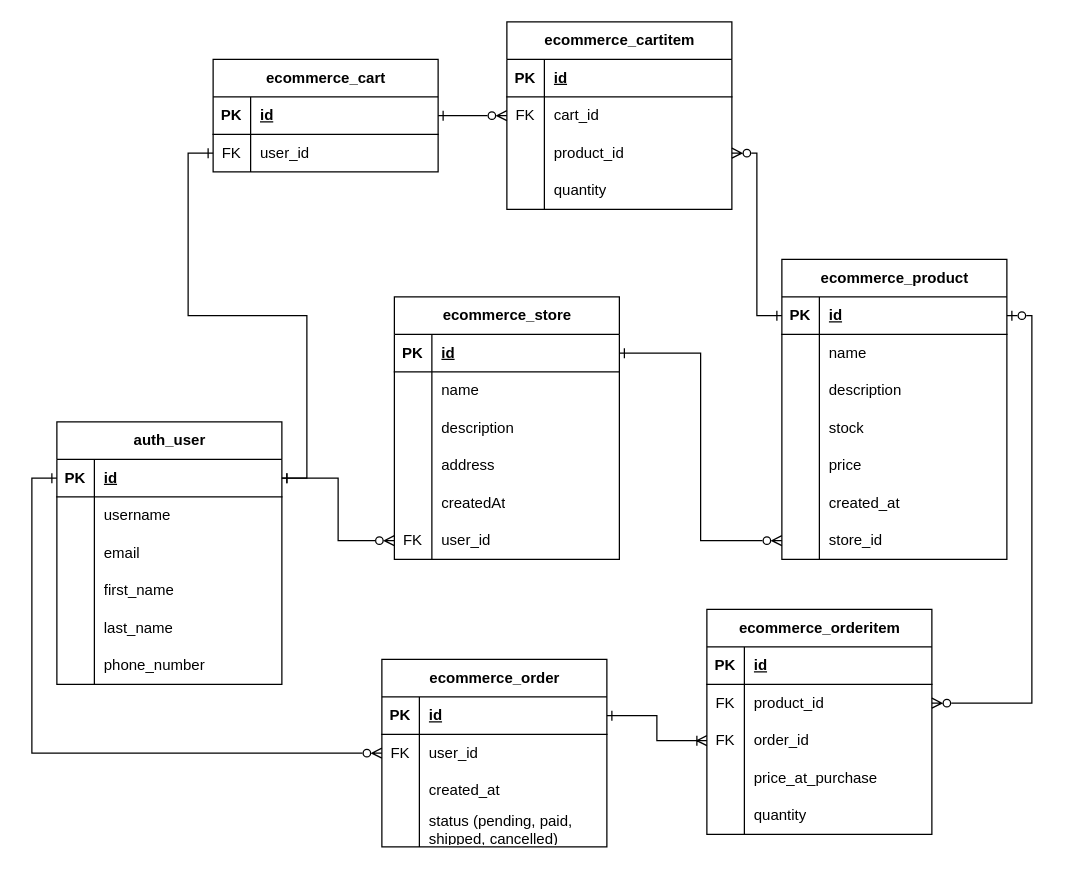
Before: page "All" (1 of 3) of E-Commerce API ERD.drawio in RHILIUS/drawio, a draw.io diagram. Source tidied: cells renumbered, new cells numbered last; positions are measured from the earlier drawing's top-left corner, leaving out a move shared by most shapes. Both pictures are drawn from the tidied source at 125%, with x=0, y=0 at pixel (56, 21).
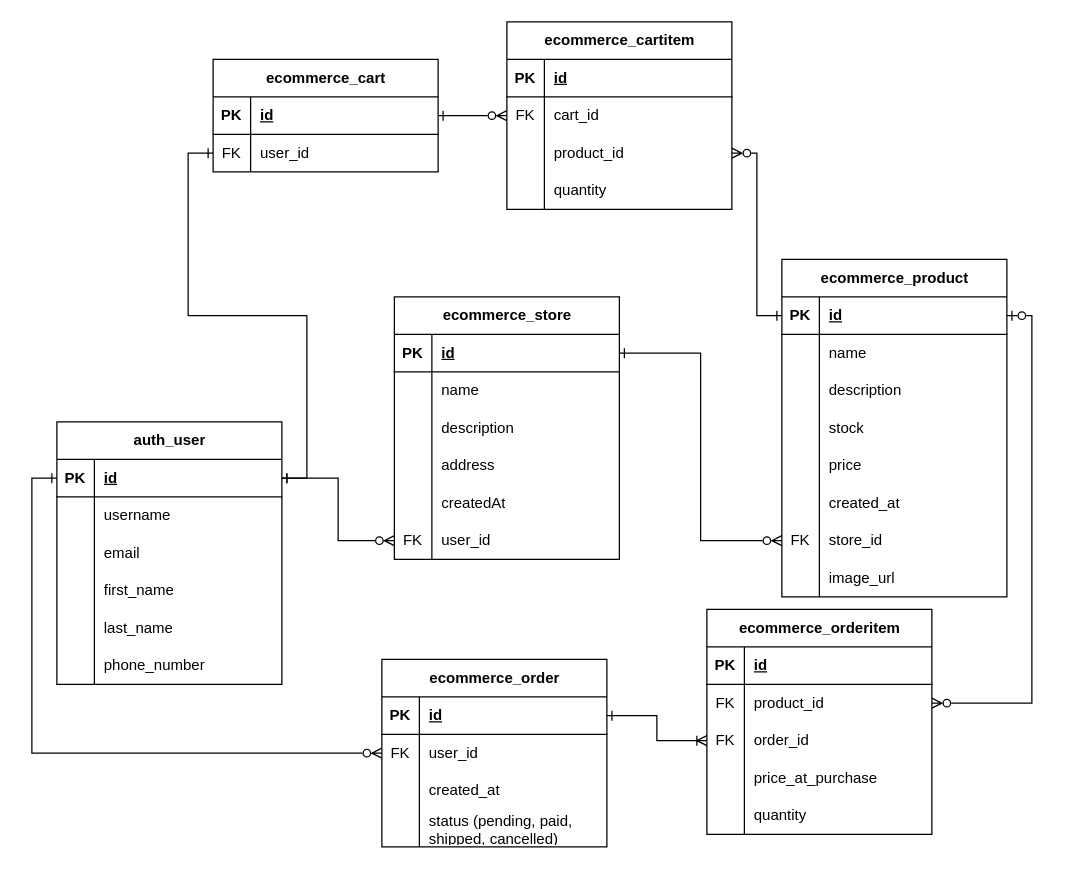
Above is the later version.

The change refers to these unchanged cells:
```xml
<mxCell id="28" style="shape=tableRow;horizontal=0;startSize=0;swimlaneHead=0;swimlaneBody=0;fillColor=none;points=[[0,0.5],[1,0.5]];portConstraint=eastwest;top=0;left=0;right=0;bottom=0;" parent="9" vertex="1">
  <mxGeometry y="210" width="180" height="30" as="geometry" />
</mxCell>
```

Change to the diagram source:
```diff
@@
     <mxCell id="9" value="ecommerce_product" style="shape=table;startSize=30;childLayout=tableLayout;rowLines=0;fontStyle=1;align=center;html=1;" parent="1" vertex="1">
-      <mxGeometry x="580" y="190" width="180" height="240" as="geometry" />
+      <mxGeometry x="580" y="190" width="180" height="270" as="geometry" />
     </mxCell>
@@
-    <mxCell id="29" style="shape=partialRectangle;fillColor=none;top=0;left=0;bottom=0;right=0;overflow=hidden;whiteSpace=wrap;html=1;" parent="28" vertex="1">
+    <mxCell id="29" value="FK" style="shape=partialRectangle;fillColor=none;top=0;left=0;bottom=0;right=0;overflow=hidden;whiteSpace=wrap;html=1;" parent="28" vertex="1">
       <mxGeometry width="30" height="30" as="geometry" />
     </mxCell>
@@
+    <mxCell id="119" style="shape=tableRow;horizontal=0;startSize=0;swimlaneHead=0;swimlaneBody=0;fillColor=none;top=0;left=0;right=0;bottom=0;" parent="9" vertex="1">
+      <mxGeometry y="240" width="180" height="30" as="geometry" />
+    </mxCell>
+    <mxCell id="120" style="shape=partialRectangle;fillColor=none;top=0;left=0;bottom=0;right=0;overflow=hidden;whiteSpace=wrap;html=1;" parent="119" vertex="1">
+      <mxGeometry width="30" height="30" as="geometry" />
+    </mxCell>
+    <mxCell id="121" value="image_url" style="shape=partialRectangle;fillColor=none;top=0;left=0;bottom=0;right=0;align=left;spacingLeft=6;overflow=hidden;whiteSpace=wrap;html=1;" parent="119" vertex="1">
+      <mxGeometry x="30" width="150" height="30" as="geometry" />
+    </mxCell>
```
